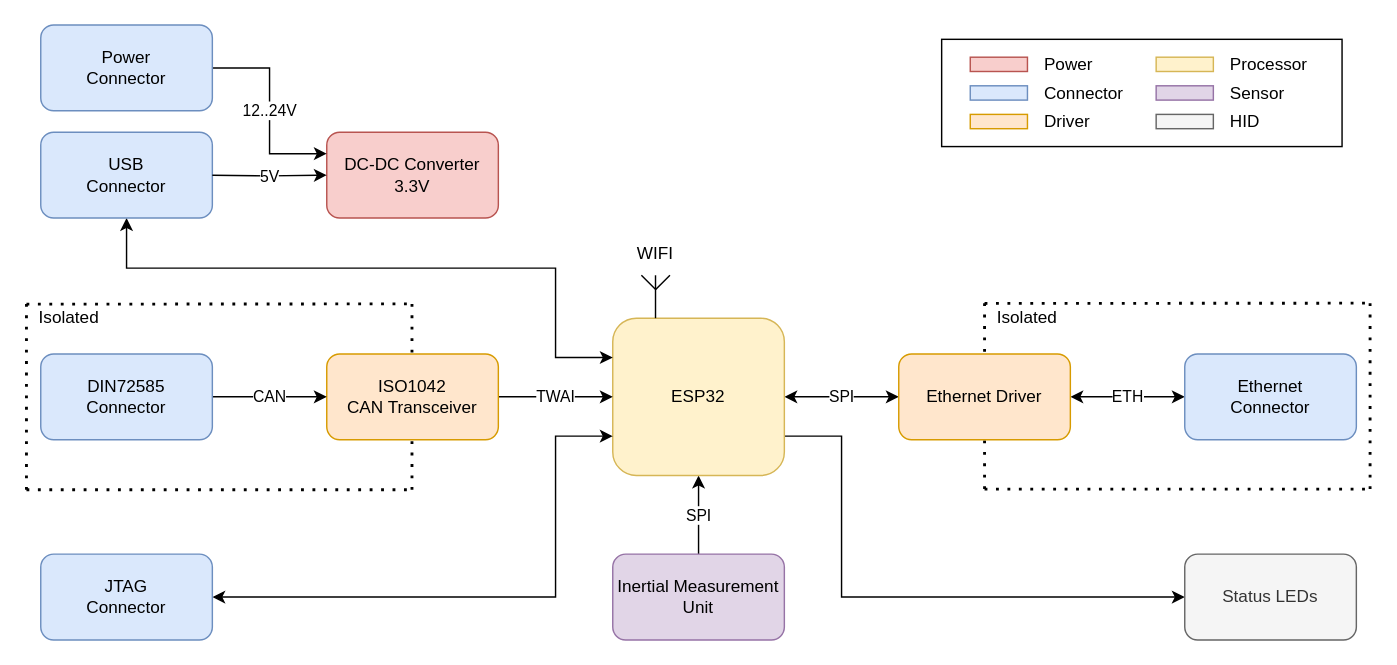
Above: hardware/fleet_monitor_hardware.drawio in SA-OST-2021/fleet-monitor-docs (draw.io), before the change. Source tidied: cells renumbered, new cells numbered last; positions are measured from the earlier drawing's top-left corner, leaving out a move shared by most shapes. Both pictures are drawn from the tidied source at 143%, with x=0, y=0 at pixel (26, 24).
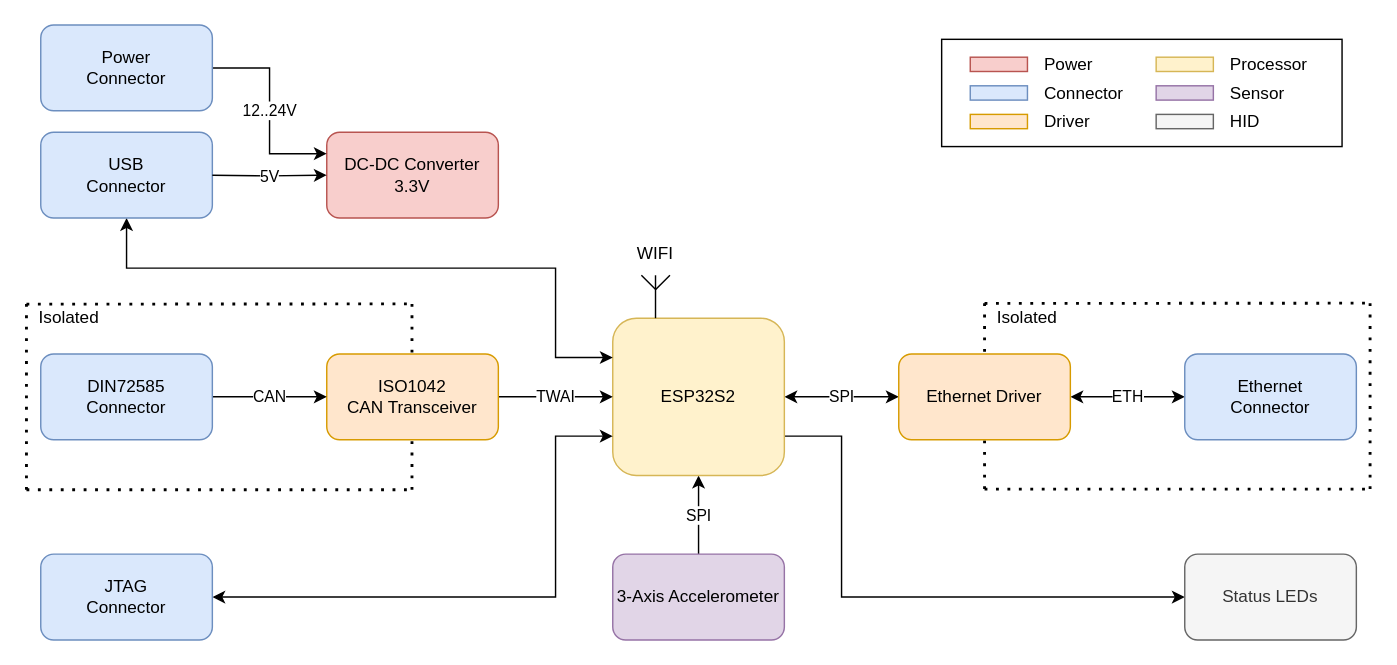
The same page after the edit.

Commit message (it also covers changes not shown here):
Updated Hardware Block Diagram

Change to the diagram source:
```diff
@@
-    <mxCell id="8" value="ESP32" style="rounded=1;whiteSpace=wrap;html=1;fillColor=#fff2cc;strokeColor=#d6b656;" parent="1" vertex="1">
+    <mxCell id="8" value="ESP32S2" style="rounded=1;whiteSpace=wrap;html=1;fillColor=#fff2cc;strokeColor=#d6b656;" parent="1" vertex="1">
       <mxGeometry x="410" y="205" width="120" height="110" as="geometry" />
     </mxCell>
@@
-    <mxCell id="12" value="Inertial Measurement Unit" style="rounded=1;whiteSpace=wrap;html=1;fillColor=#e1d5e7;strokeColor=#9673a6;" parent="1" vertex="1">
+    <mxCell id="12" value="3-Axis Accelerometer" style="rounded=1;whiteSpace=wrap;html=1;fillColor=#e1d5e7;strokeColor=#9673a6;" parent="1" vertex="1">
       <mxGeometry x="410" y="370" width="120" height="60" as="geometry" />
     </mxCell>
```
